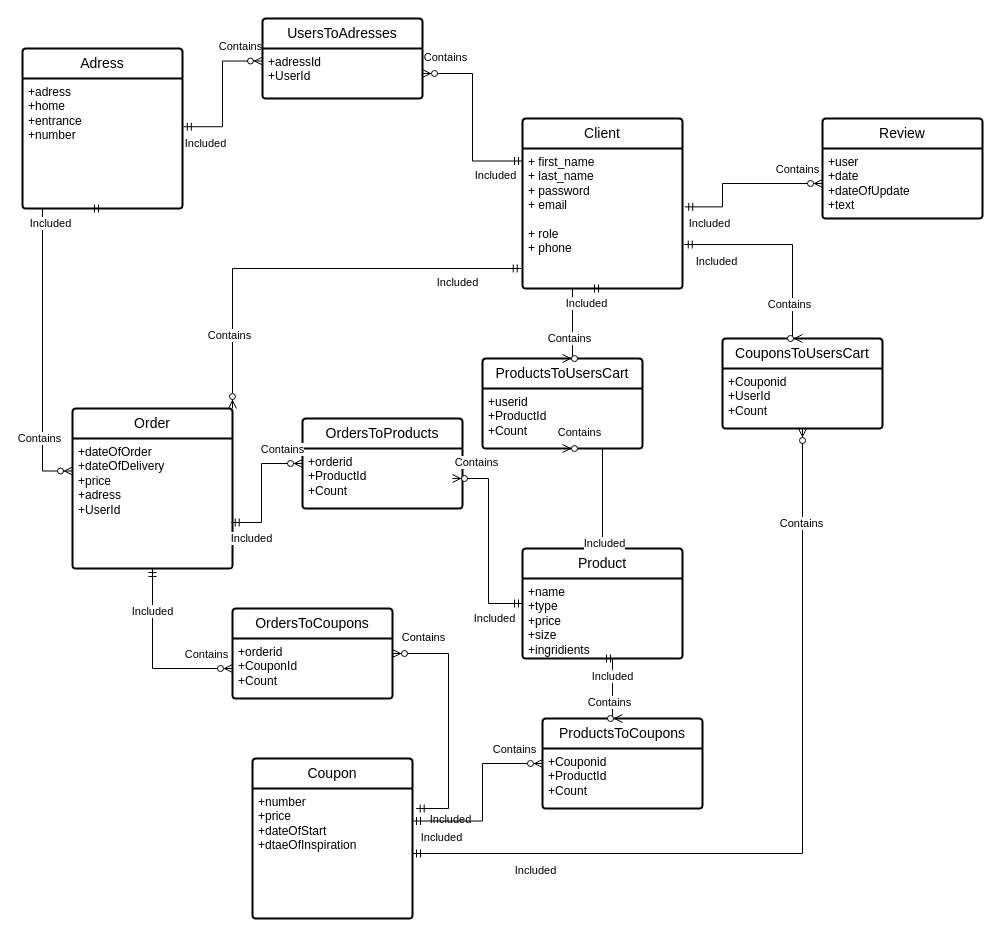
kirikate/DBMS keeps this draw.io diagram as mydb.drawio. Above is the earlier version. Source tidied: cells renumbered, new cells numbered last; positions are measured from the earlier drawing's top-left corner, leaving out a move shared by most shapes. Both pictures are drawn from the tidied source at 100%, with x=0, y=0 at pixel (22, 18).
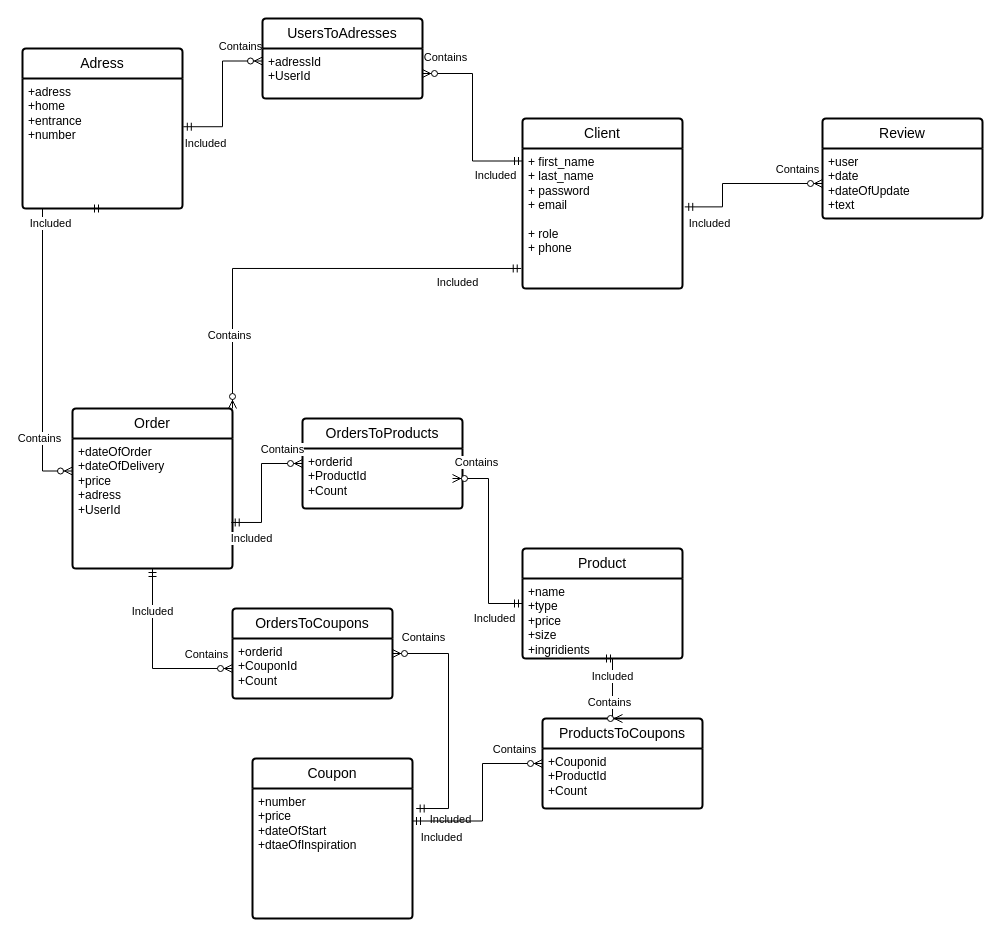
The same diagram, later.

Unchanged cells that the change refers to:
```xml
<mxCell id="3" value="+ first_name&lt;br&gt;+ last_name&lt;br&gt;+ password&lt;br&gt;+ email&lt;br&gt;&lt;br&gt;+ role&lt;br&gt;+ phone" style="align=left;strokeColor=none;fillColor=none;spacingLeft=4;fontSize=12;verticalAlign=top;html=1;" parent="2" vertex="1">
  <mxGeometry y="30" width="160" height="140" as="geometry" />
</mxCell>
<mxCell id="9" value="Product" style="swimlane;horizontal=1;startSize=30;rounded=1;fontSize=14;fontStyle=0;strokeWidth=2;shadow=0;dashed=0;align=center;arcSize=4;whiteSpace=wrap;html=1;" parent="1" vertex="1">
  <mxGeometry x="500" y="530" width="160" height="110" as="geometry" />
</mxCell>
<mxCell id="12" value="+number&lt;br&gt;+price&lt;br&gt;+dateOfStart&lt;br&gt;+dtaeOfInspiration" style="align=left;strokeColor=none;fillColor=none;spacingLeft=4;fontSize=12;verticalAlign=top;html=1;" parent="11" vertex="1">
  <mxGeometry y="30" width="160" height="130" as="geometry" />
</mxCell>
```

The edit, as a diff of the source:
```diff
@@
-    <mxCell id="47" value="ProductsToUsersCart" style="swimlane;horizontal=1;startSize=30;rounded=1;fontSize=14;fontStyle=0;strokeWidth=2;shadow=0;dashed=0;align=center;arcSize=4;whiteSpace=wrap;html=1;" parent="1" vertex="1">
-      <mxGeometry x="460" y="340" width="160" height="90" as="geometry" />
-    </mxCell>
-    <mxCell id="48" value="+userid&lt;br&gt;+ProductId&lt;br&gt;+Count" style="align=left;strokeColor=none;fillColor=none;spacingLeft=4;fontSize=12;verticalAlign=top;html=1;" parent="47" vertex="1">
-      <mxGeometry y="30" width="160" height="60" as="geometry" />
-    </mxCell>
-    <mxCell id="49" style="fontSize=12;html=1;endArrow=ERzeroToMany;startArrow=ERmandOne;rounded=0;edgeStyle=elbowEdgeStyle;entryX=0.5;entryY=0;entryDx=0;entryDy=0;exitX=0.5;exitY=1;exitDx=0;exitDy=0;" parent="1" edge="1" source="3" target="47">
-      <mxGeometry relative="1" as="geometry">
-        <Array as="points">
-          <mxPoint x="550" y="310" />
-          <mxPoint x="646" y="325" />
-        </Array>
-      </mxGeometry>
-    </mxCell>
-    <mxCell id="50" value="Contains" style="edgeLabel;html=1;align=center;verticalAlign=middle;" parent="49" vertex="1">
-      <mxGeometry x="0.73" y="-1" relative="1" as="geometry">
-        <mxPoint x="-3" y="-16" as="offset" />
-      </mxGeometry>
-    </mxCell>
-    <mxCell id="51" value="Included" style="edgeLabel;html=1;align=center;verticalAlign=middle;" parent="49" vertex="1">
-      <mxGeometry x="-0.7" y="-1" relative="1" as="geometry">
-        <mxPoint y="15" as="offset" />
-      </mxGeometry>
-    </mxCell>
-    <mxCell id="52" style="fontSize=12;html=1;endArrow=ERzeroToMany;startArrow=ERmandOne;rounded=0;edgeStyle=elbowEdgeStyle;exitX=0.5;exitY=0;exitDx=0;exitDy=0;entryX=0.5;entryY=1;entryDx=0;entryDy=0;" parent="1" edge="1" source="9" target="48">
-      <mxGeometry relative="1" as="geometry">
-        <Array as="points">
-          <mxPoint x="580" y="480" />
-          <mxPoint x="546" y="465" />
-        </Array>
-      </mxGeometry>
-    </mxCell>
-    <mxCell id="53" value="Contains" style="edgeLabel;html=1;align=center;verticalAlign=middle;" parent="52" vertex="1">
-      <mxGeometry x="0.73" y="-1" relative="1" as="geometry">
-        <mxPoint x="-3" y="-16" as="offset" />
-      </mxGeometry>
-    </mxCell>
-    <mxCell id="54" value="Included" style="edgeLabel;html=1;align=center;verticalAlign=middle;" parent="52" vertex="1">
-      <mxGeometry x="-0.7" y="-1" relative="1" as="geometry">
-        <mxPoint y="15" as="offset" />
-      </mxGeometry>
-    </mxCell>
-    <mxCell id="55" value="CouponsToUsersCart" style="swimlane;horizontal=1;startSize=30;rounded=1;fontSize=14;fontStyle=0;strokeWidth=2;shadow=0;dashed=0;align=center;arcSize=4;whiteSpace=wrap;html=1;" parent="1" vertex="1">
-      <mxGeometry x="700" y="320" width="160" height="90" as="geometry" />
-    </mxCell>
-    <mxCell id="56" value="+Couponid&lt;br&gt;+UserId&lt;br&gt;+Count" style="align=left;strokeColor=none;fillColor=none;spacingLeft=4;fontSize=12;verticalAlign=top;html=1;" parent="55" vertex="1">
-      <mxGeometry y="30" width="160" height="60" as="geometry" />
-    </mxCell>
-    <mxCell id="57" style="fontSize=12;html=1;endArrow=ERzeroToMany;startArrow=ERmandOne;rounded=0;edgeStyle=elbowEdgeStyle;entryX=0.5;entryY=0;entryDx=0;entryDy=0;exitX=1.011;exitY=0.686;exitDx=0;exitDy=0;exitPerimeter=0;" parent="1" edge="1" source="3" target="55">
-      <mxGeometry relative="1" as="geometry">
-        <Array as="points">
-          <mxPoint x="770" y="270" />
-        </Array>
-      </mxGeometry>
-    </mxCell>
-    <mxCell id="58" value="Contains" style="edgeLabel;html=1;align=center;verticalAlign=middle;" parent="57" vertex="1">
-      <mxGeometry x="0.73" y="-1" relative="1" as="geometry">
-        <mxPoint x="-3" y="-16" as="offset" />
-      </mxGeometry>
-    </mxCell>
-    <mxCell id="59" value="Included" style="edgeLabel;html=1;align=center;verticalAlign=middle;" parent="57" vertex="1">
-      <mxGeometry x="-0.7" y="-1" relative="1" as="geometry">
-        <mxPoint y="15" as="offset" />
-      </mxGeometry>
-    </mxCell>
-    <mxCell id="60" style="fontSize=12;html=1;endArrow=ERzeroToMany;startArrow=ERmandOne;rounded=0;edgeStyle=elbowEdgeStyle;entryX=0.5;entryY=1;entryDx=0;entryDy=0;exitX=1;exitY=0.5;exitDx=0;exitDy=0;" parent="1" edge="1" source="12" target="56">
-      <mxGeometry relative="1" as="geometry">
-        <Array as="points">
-          <mxPoint x="780" y="540" />
-        </Array>
-      </mxGeometry>
-    </mxCell>
-    <mxCell id="61" value="Contains" style="edgeLabel;html=1;align=center;verticalAlign=middle;" parent="60" vertex="1">
-      <mxGeometry x="0.73" y="-1" relative="1" as="geometry">
-        <mxPoint x="-3" y="-16" as="offset" />
-      </mxGeometry>
-    </mxCell>
-    <mxCell id="62" value="Included" style="edgeLabel;html=1;align=center;verticalAlign=middle;" parent="60" vertex="1">
-      <mxGeometry x="-0.7" y="-1" relative="1" as="geometry">
-        <mxPoint y="15" as="offset" />
-      </mxGeometry>
-    </mxCell>
```
